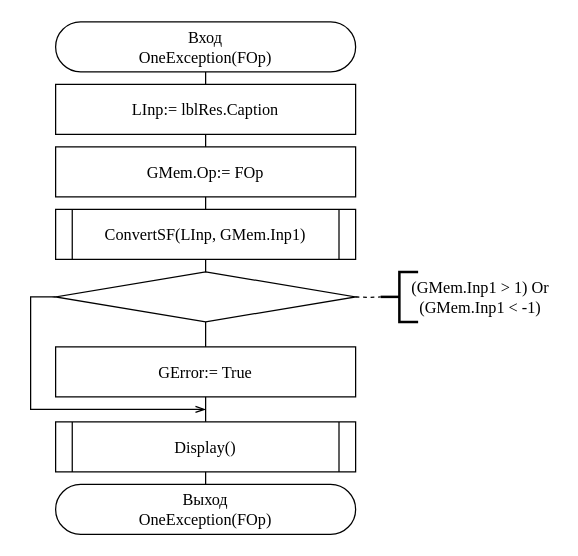
Hummel009/Delphi-Projects keeps this draw.io diagram as page "OneException" (9 of 17) of OAiP/Course/Scheme/Alg.drawio. Above is the earlier version. Source tidied: cells renumbered, new cells numbered last; positions are measured from the earlier drawing's top-left corner, leaving out a move shared by most shapes. Both pictures are drawn from the tidied source at 125%, with x=0, y=0 at pixel (30, 21).
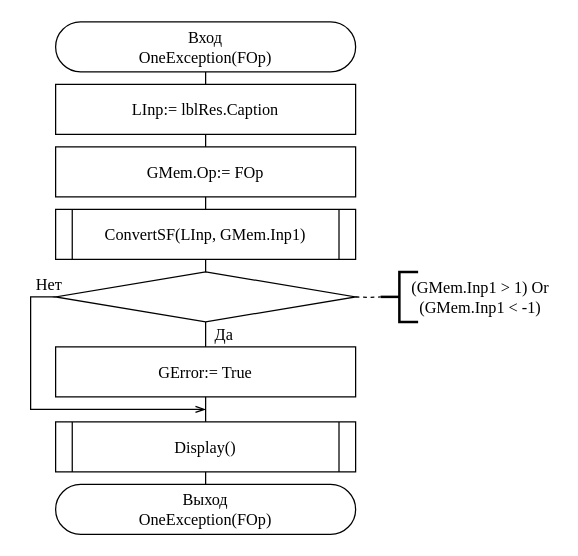
Above is the later version.

The edit, as a diff of the source:
```diff
@@
+    <mxCell id="21" value="Нет" style="text;html=1;strokeColor=none;fillColor=none;align=center;verticalAlign=middle;whiteSpace=wrap;rounded=0;fontSize=13;fontFamily=Times New Roman;" parent="1" vertex="1">
+      <mxGeometry y="200" width="30" height="20" as="geometry" />
+    </mxCell>
+    <mxCell id="22" value="Да" style="text;html=1;strokeColor=none;fillColor=none;align=center;verticalAlign=middle;whiteSpace=wrap;rounded=0;fontSize=13;fontFamily=Times New Roman;" parent="1" vertex="1">
+      <mxGeometry x="140" y="240" width="30" height="20" as="geometry" />
+    </mxCell>
```
